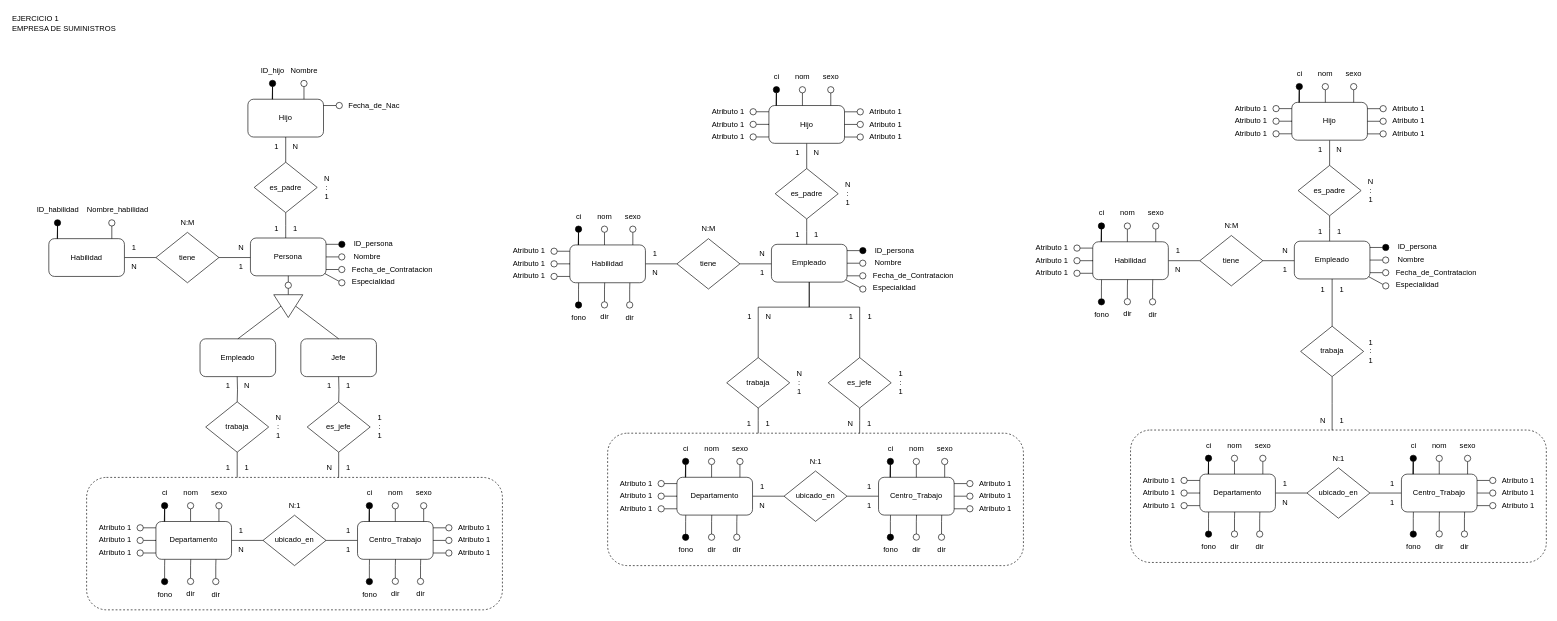
This is auxiliatura/primerParcial/E1_Empresa_Suministros.drawio from Abigail08082001/diagramasBasedeDatos, a draw.io file, before an edit. Source tidied: cells renumbered, new cells numbered last; positions are measured from the earlier drawing's top-left corner, leaving out a move shared by most shapes. Both pictures are drawn from the tidied source at 63%, with x=0, y=0 at pixel (11, 11).
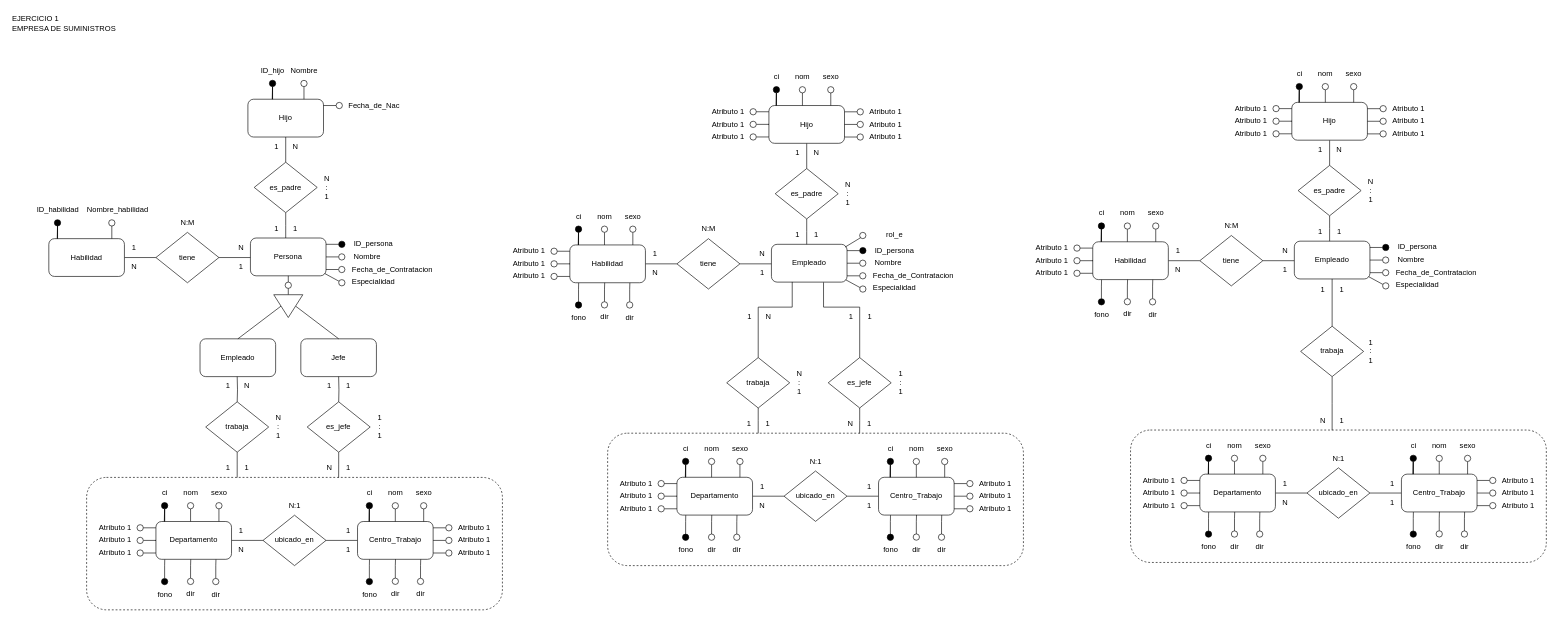
The same diagram, later.

Unchanged cells that the change refers to:
```xml
<mxCell id="202" value="Empleado" style="rounded=1;whiteSpace=wrap;html=1;" parent="1" vertex="1">
  <mxGeometry x="1207" y="370.3" width="120" height="60" as="geometry" />
</mxCell>
<mxCell id="284" value="trabaja" style="rhombus;whiteSpace=wrap;html=1;" parent="1" vertex="1">
  <mxGeometry x="1136" y="550.1" width="100" height="80" as="geometry" />
</mxCell>
<mxCell id="292" value="es_jefe" style="rhombus;whiteSpace=wrap;html=1;" parent="1" vertex="1">
  <mxGeometry x="1297.1" y="550.1" width="100" height="80" as="geometry" />
</mxCell>
```

The edit, as a diff of the source:
```diff
@@
-    <mxCell id="285" style="edgeStyle=orthogonalEdgeStyle;rounded=0;jettySize=auto;html=1;entryX=0.5;entryY=0;entryDx=0;entryDy=0;endArrow=none;endFill=0;exitX=0.5;exitY=1;exitDx=0;exitDy=0;" parent="1" edge="1" source="202" target="284">
+    <mxCell id="285" style="edgeStyle=orthogonalEdgeStyle;rounded=0;jettySize=auto;html=1;entryX=0.5;entryY=0;entryDx=0;entryDy=0;endArrow=none;endFill=0;" parent="1" edge="1" target="284">
       <mxGeometry relative="1" as="geometry">
+        <mxPoint x="1240" y="430" as="sourcePoint" />
         <Array as="points">
-          <mxPoint x="1267" y="470" />
+          <mxPoint x="1240" y="430" />
+          <mxPoint x="1240" y="470" />
           <mxPoint x="1186" y="470" />
         </Array>
       </mxGeometry>
     </mxCell>
@@
-    <mxCell id="293" style="edgeStyle=orthogonalEdgeStyle;rounded=0;jettySize=auto;html=1;entryX=0.5;entryY=0;entryDx=0;entryDy=0;endArrow=none;endFill=0;exitX=0.5;exitY=1;exitDx=0;exitDy=0;" parent="1" edge="1" source="202" target="292">
+    <mxCell id="293" style="edgeStyle=orthogonalEdgeStyle;rounded=0;jettySize=auto;html=1;entryX=0.5;entryY=0;entryDx=0;entryDy=0;endArrow=none;endFill=0;exitX=0.689;exitY=1.007;exitDx=0;exitDy=0;exitPerimeter=0;" parent="1" edge="1" source="202" target="292">
       <mxGeometry relative="1" as="geometry">
         <Array as="points">
-          <mxPoint x="1267" y="470" />
+          <mxPoint x="1290" y="470" />
           <mxPoint x="1347" y="470" />
         </Array>
       </mxGeometry>
     </mxCell>
@@
+    <mxCell id="461" style="ellipse;whiteSpace=wrap;html=1;" parent="1" vertex="1">
+      <mxGeometry x="1347" y="351.3" width="10" height="10" as="geometry" />
+    </mxCell>
+    <mxCell id="462" value="rol_e" style="text;html=1;align=center;verticalAlign=middle;strokeColor=none;fillColor=none;" parent="1" vertex="1">
+      <mxGeometry x="1377" y="340.3" width="50" height="30" as="geometry" />
+    </mxCell>
+    <mxCell id="463" style="rounded=0;jettySize=auto;html=1;exitX=0;exitY=1;exitDx=0;exitDy=0;entryX=0.973;entryY=0.076;entryDx=0;entryDy=0;entryPerimeter=0;endArrow=none;endFill=0;" parent="1" edge="1" source="461" target="202">
+      <mxGeometry relative="1" as="geometry" />
+    </mxCell>
```
